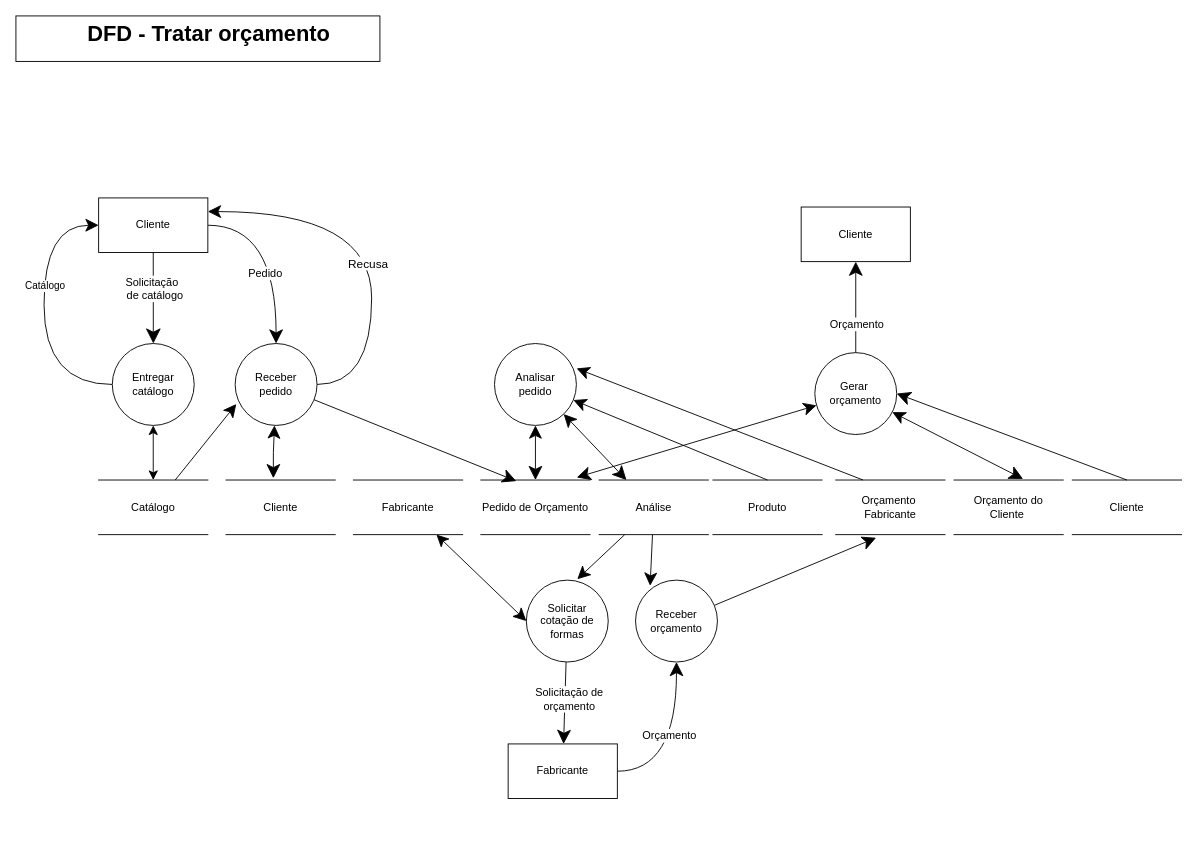
Earlier version of the draw.io diagram Documentation/DFD Essencial para cada Capacidade/DFD Tratar Orcamento.drawio (Systematicos/FindingApp). Source tidied: cells renumbered, new cells numbered last; positions are measured from the earlier drawing's top-left corner, leaving out a move shared by most shapes. Both pictures are drawn from the tidied source at 91%, with x=0, y=0 at pixel (15, 15).
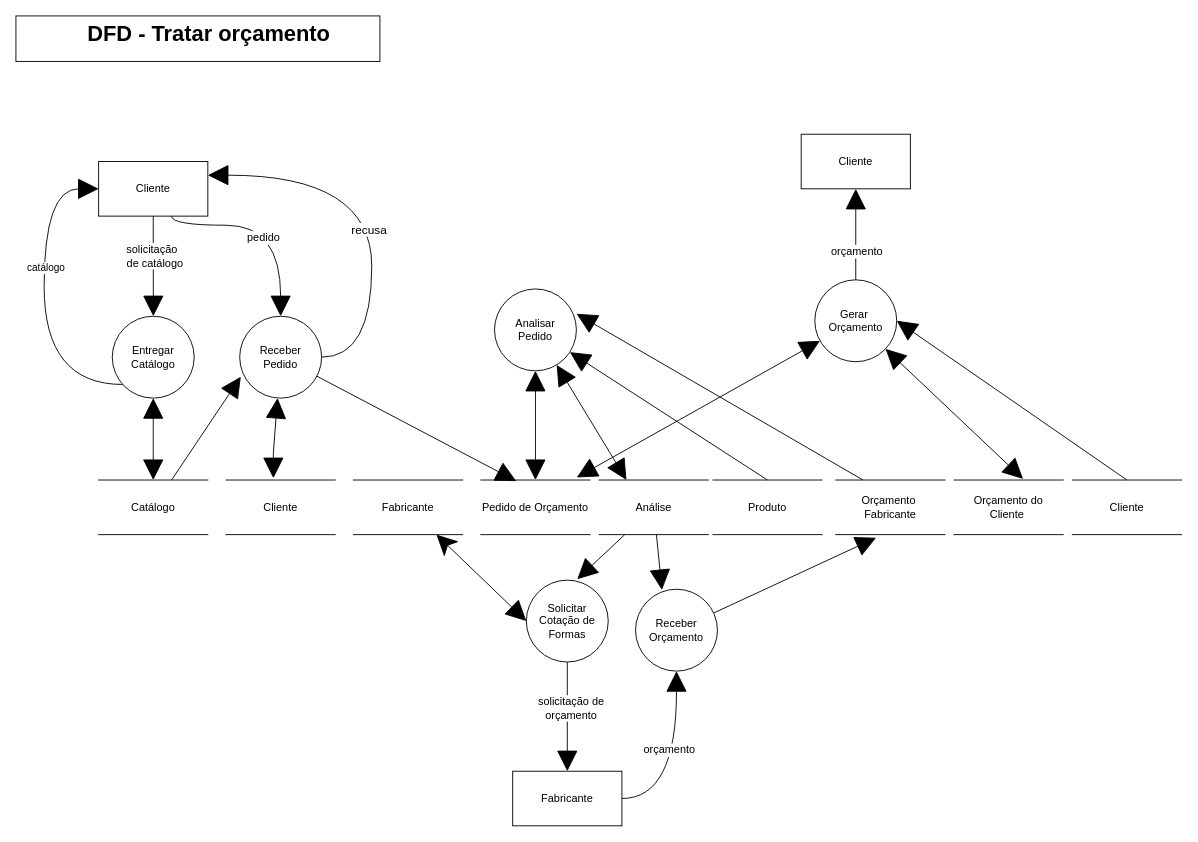
The same page after the edit.

Unchanged cells that the change refers to:
```xml
<mxCell id="10" value="Catálogo" style="shape=partialRectangle;whiteSpace=wrap;html=1;left=0;right=0;fillColor=none;" parent="1" vertex="1">
  <mxGeometry x="90.9" y="510" width="120" height="60" as="geometry" />
</mxCell>
<mxCell id="17" value="Pedido de Orçamento" style="shape=partialRectangle;whiteSpace=wrap;html=1;left=0;right=0;fillColor=none;" parent="1" vertex="1">
  <mxGeometry x="510.9" y="510" width="120" height="60" as="geometry" />
</mxCell>
<mxCell id="18" value="Produto" style="shape=partialRectangle;whiteSpace=wrap;html=1;left=0;right=0;fillColor=none;" parent="1" vertex="1">
  <mxGeometry x="765.9" y="510" width="120" height="60" as="geometry" />
</mxCell>
<mxCell id="36" value="Análise" style="shape=partialRectangle;whiteSpace=wrap;html=1;left=0;right=0;fillColor=none;" parent="1" vertex="1">
  <mxGeometry x="640.9" y="510" width="120" height="60" as="geometry" />
</mxCell>
<mxCell id="42" value="Orçamento&amp;nbsp;&lt;br&gt;Fabricante" style="shape=partialRectangle;whiteSpace=wrap;html=1;left=0;right=0;fillColor=none;" parent="1" vertex="1">
  <mxGeometry x="900.9" y="510" width="120" height="60" as="geometry" />
</mxCell>
<mxCell id="43" value="Orçamento do Cliente&amp;nbsp;" style="shape=partialRectangle;whiteSpace=wrap;html=1;left=0;right=0;fillColor=none;" parent="1" vertex="1">
  <mxGeometry x="1030.9" y="510" width="120" height="60" as="geometry" />
</mxCell>
<mxCell id="47" value="Cliente" style="shape=partialRectangle;whiteSpace=wrap;html=1;left=0;right=0;fillColor=none;" parent="1" vertex="1">
  <mxGeometry x="1160.9" y="510" width="120" height="60" as="geometry" />
</mxCell>
<mxCell id="49" value="Fabricante" style="shape=partialRectangle;whiteSpace=wrap;html=1;left=0;right=0;fillColor=none;" parent="1" vertex="1">
  <mxGeometry x="370.9" y="510" width="120" height="60" as="geometry" />
</mxCell>
```

The edit, as a diff of the source:
```diff
@@
-    <mxCell id="2" style="edgeStyle=orthogonalEdgeStyle;rounded=0;jettySize=auto;html=1;entryX=0.5;entryY=0;entryDx=0;entryDy=0;startArrow=none;startFill=0;endArrow=classic;endFill=1;strokeWidth=1;fontSize=14;curved=1;endSize=13;" parent="1" edge="1" source="4" target="15">
+    <mxCell id="2" style="edgeStyle=orthogonalEdgeStyle;rounded=0;jettySize=auto;html=1;entryX=0.5;entryY=0;entryDx=0;entryDy=0;startArrow=none;startFill=0;endArrow=block;endFill=1;strokeWidth=1;fontSize=14;curved=1;endSize=20;" parent="1" edge="1" source="4" target="15">
       <mxGeometry relative="1" as="geometry">
         <Array as="points">
-          <mxPoint x="285.9" y="230" />
+          <mxPoint x="171" y="230" />
+          <mxPoint x="291" y="230" />
         </Array>
       </mxGeometry>
     </mxCell>
-    <mxCell id="3" value="Pedido" style="edgeLabel;html=1;align=center;verticalAlign=middle;fontSize=12;" parent="2" vertex="1">
-      <mxGeometry x="0.24" y="-12" relative="1" as="geometry" />
+    <mxCell id="3" value="pedido" style="edgeLabel;html=1;align=center;verticalAlign=middle;fontSize=12;" parent="2" vertex="1">
+      <mxGeometry x="0.24" y="-12" relative="1" as="geometry">
+        <mxPoint x="-7.9" as="offset" />
+      </mxGeometry>
     </mxCell>
     <mxCell id="4" value="Cliente" style="rounded=0;whiteSpace=wrap;html=1;" parent="1" vertex="1">
-      <mxGeometry x="90.9" y="200" width="120" height="60" as="geometry" />
+      <mxGeometry x="90.9" y="160" width="120" height="60" as="geometry" />
     </mxCell>
-    <mxCell id="5" style="edgeStyle=orthogonalEdgeStyle;rounded=0;jettySize=auto;html=1;entryX=0.5;entryY=0;entryDx=0;entryDy=0;startArrow=classic;startFill=1;fontSize=18;strokeWidth=1;endSize=8;startSize=8;" parent="1" edge="1" source="8" target="10">
+    <mxCell id="5" style="edgeStyle=orthogonalEdgeStyle;rounded=0;jettySize=auto;html=1;entryX=0.5;entryY=0;entryDx=0;entryDy=0;startArrow=block;startFill=1;fontSize=18;strokeWidth=1;endSize=20;startSize=20;endArrow=block;endFill=1;" parent="1" edge="1" source="8" target="10">
       <mxGeometry relative="1" as="geometry" />
     </mxCell>
-    <mxCell id="6" style="edgeStyle=orthogonalEdgeStyle;rounded=0;jettySize=auto;html=1;entryX=0;entryY=0.5;entryDx=0;entryDy=0;startArrow=none;startFill=0;startSize=11;endSize=12;strokeWidth=1;curved=1;" parent="1" edge="1" source="8" target="4">
+    <mxCell id="6" style="edgeStyle=orthogonalEdgeStyle;rounded=0;jettySize=auto;html=1;entryX=0;entryY=0.5;entryDx=0;entryDy=0;startArrow=none;startFill=0;startSize=11;endSize=20;strokeWidth=1;curved=1;endArrow=block;endFill=1;" parent="1" edge="1" source="8" target="4">
       <mxGeometry relative="1" as="geometry">
         <Array as="points">
-          <mxPoint x="30.9" y="405" />
-          <mxPoint x="30.9" y="230" />
+          <mxPoint x="31" y="405" />
+          <mxPoint x="31" y="190" />
         </Array>
       </mxGeometry>
     </mxCell>
-    <mxCell id="7" value="Catálogo" style="edgeLabel;html=1;align=center;verticalAlign=middle;" parent="6" vertex="1">
+    <mxCell id="7" value="catálogo" style="edgeLabel;html=1;align=center;verticalAlign=middle;" parent="6" vertex="1">
       <mxGeometry x="0.19" y="-1" relative="1" as="geometry" />
     </mxCell>
-    <mxCell id="8" value="Entregar catálogo" style="ellipse;whiteSpace=wrap;html=1;" parent="1" vertex="1">
-      <mxGeometry x="105.9" y="360" width="90" height="90" as="geometry" />
+    <mxCell id="8" value="Entregar Catálogo" style="ellipse;whiteSpace=wrap;html=1;" parent="1" vertex="1">
+      <mxGeometry x="105.9" y="330" width="90" height="90" as="geometry" />
     </mxCell>
-    <mxCell id="9" style="edgeStyle=none;rounded=0;jettySize=auto;html=1;entryX=0.014;entryY=0.739;entryDx=0;entryDy=0;entryPerimeter=0;startArrow=none;startFill=0;startSize=11;endSize=12;strokeWidth=1;" parent="1" edge="1" source="10" target="15">
+    <mxCell id="9" style="edgeStyle=none;rounded=0;jettySize=auto;html=1;entryX=0.014;entryY=0.739;entryDx=0;entryDy=0;entryPerimeter=0;startArrow=none;startFill=0;startSize=11;endSize=20;strokeWidth=1;endArrow=block;endFill=1;" parent="1" edge="1" source="10" target="15">
       <mxGeometry relative="1" as="geometry" />
     </mxCell>
@@
-    <mxCell id="11" style="rounded=0;jettySize=auto;html=1;startArrow=classic;startFill=1;endArrow=classic;endFill=1;endSize=13;strokeWidth=1;fontSize=12;startSize=12;" parent="1" edge="1" source="15">
+    <mxCell id="11" style="rounded=0;jettySize=auto;html=1;startArrow=block;startFill=1;endArrow=block;endFill=1;endSize=20;strokeWidth=1;fontSize=12;startSize=20;" parent="1" edge="1" source="15">
       <mxGeometry relative="1" as="geometry">
         <mxPoint x="282.9" y="508" as="targetPoint" />
         <Array as="points">
           <mxPoint x="282.9" y="480" />
         </Array>
       </mxGeometry>
     </mxCell>
-    <mxCell id="12" style="edgeStyle=none;rounded=0;jettySize=auto;html=1;entryX=0.325;entryY=0.02;entryDx=0;entryDy=0;entryPerimeter=0;startArrow=none;startFill=0;startSize=12;endArrow=classic;endFill=1;endSize=13;strokeWidth=1;fontSize=12;" parent="1" edge="1" source="15" target="17">
+    <mxCell id="12" style="edgeStyle=none;rounded=0;jettySize=auto;html=1;entryX=0.325;entryY=0.02;entryDx=0;entryDy=0;entryPerimeter=0;startArrow=none;startFill=0;startSize=12;endArrow=block;endFill=1;endSize=20;strokeWidth=1;fontSize=12;" parent="1" edge="1" source="15" target="17">
       <mxGeometry relative="1" as="geometry" />
     </mxCell>
-    <mxCell id="13" style="edgeStyle=orthogonalEdgeStyle;curved=1;rounded=0;jettySize=auto;html=1;entryX=1;entryY=0.25;entryDx=0;entryDy=0;startArrow=none;startFill=0;startSize=11;endSize=12;strokeWidth=1;" parent="1" edge="1" source="15" target="4">
+    <mxCell id="13" style="edgeStyle=orthogonalEdgeStyle;curved=1;rounded=0;jettySize=auto;html=1;entryX=1;entryY=0.25;entryDx=0;entryDy=0;startArrow=none;startFill=0;startSize=11;endSize=20;strokeWidth=1;endArrow=block;endFill=1;exitX=1;exitY=0.5;exitDx=0;exitDy=0;" parent="1" edge="1" source="15" target="4">
       <mxGeometry relative="1" as="geometry">
         <Array as="points">
-          <mxPoint x="390.9" y="405" />
-          <mxPoint x="390.9" y="215" />
+          <mxPoint x="391" y="375" />
+          <mxPoint x="391" y="175" />
         </Array>
       </mxGeometry>
     </mxCell>
-    <mxCell id="14" value="Recusa" style="edgeLabel;html=1;align=center;verticalAlign=middle;fontSize=13;" parent="13" vertex="1">
+    <mxCell id="14" value="recusa" style="edgeLabel;html=1;align=center;verticalAlign=middle;fontSize=13;" parent="13" vertex="1">
       <mxGeometry x="-0.1" y="4" relative="1" as="geometry" />
     </mxCell>
-    <mxCell id="15" value="Receber&lt;br&gt;pedido" style="ellipse;whiteSpace=wrap;html=1;" parent="1" vertex="1">
-      <mxGeometry x="240.9" y="360" width="90" height="90" as="geometry" />
+    <mxCell id="15" value="Receber&lt;br&gt;Pedido" style="ellipse;whiteSpace=wrap;html=1;" parent="1" vertex="1">
+      <mxGeometry x="245.9" y="330" width="90" height="90" as="geometry" />
     </mxCell>
@@
-    <mxCell id="21" value="&lt;font style=&quot;font-size: 12px&quot;&gt;Solicitação&amp;nbsp;&lt;br&gt;&amp;nbsp;de catálogo&lt;/font&gt;" style="edgeStyle=elbowEdgeStyle;rounded=0;jettySize=auto;html=1;endArrow=classic;endFill=1;strokeWidth=1;endSize=14;startSize=14;startArrow=none;startFill=0;exitX=0.5;exitY=1;exitDx=0;exitDy=0;" parent="1" edge="1" source="4">
+    <mxCell id="21" value="&lt;font style=&quot;font-size: 12px&quot;&gt;solicitação&amp;nbsp;&lt;br&gt;&amp;nbsp;de catálogo&lt;/font&gt;" style="edgeStyle=elbowEdgeStyle;rounded=0;jettySize=auto;html=1;endArrow=block;endFill=1;strokeWidth=1;endSize=20;startSize=14;startArrow=none;startFill=0;exitX=0.5;exitY=1;exitDx=0;exitDy=0;" parent="1" edge="1" source="4">
       <mxGeometry x="-0.2" relative="1" as="geometry">
-        <mxPoint x="150.9" y="360" as="targetPoint" />
+        <mxPoint x="151" y="330" as="targetPoint" />
       </mxGeometry>
     </mxCell>
-    <mxCell id="22" style="edgeStyle=none;rounded=0;jettySize=auto;html=1;startArrow=classic;startFill=1;startSize=12;endArrow=classic;endFill=1;endSize=13;strokeWidth=1;fontSize=12;" parent="1" edge="1" source="25" target="17">
+    <mxCell id="22" style="edgeStyle=none;rounded=0;jettySize=auto;html=1;startArrow=block;startFill=1;startSize=20;endArrow=block;endFill=1;endSize=20;strokeWidth=1;fontSize=12;" parent="1" edge="1" source="25" target="17">
       <mxGeometry relative="1" as="geometry" />
     </mxCell>
-    <mxCell id="23" style="edgeStyle=none;rounded=0;jettySize=auto;html=1;entryX=0.5;entryY=0;entryDx=0;entryDy=0;startArrow=classic;startFill=1;startSize=12;endArrow=none;endFill=0;endSize=13;strokeWidth=1;fontSize=12;" parent="1" edge="1" source="25" target="18">
+    <mxCell id="23" style="edgeStyle=none;rounded=0;jettySize=auto;html=1;entryX=0.5;entryY=0;entryDx=0;entryDy=0;startArrow=block;startFill=1;startSize=20;endArrow=none;endFill=0;endSize=20;strokeWidth=1;fontSize=12;" parent="1" edge="1" source="25" target="18">
       <mxGeometry relative="1" as="geometry" />
     </mxCell>
-    <mxCell id="24" style="edgeStyle=none;rounded=0;jettySize=auto;html=1;entryX=0.25;entryY=0;entryDx=0;entryDy=0;startArrow=classic;startFill=1;startSize=12;endArrow=classic;endFill=1;endSize=13;strokeWidth=1;fontSize=12;" parent="1" edge="1" source="25" target="36">
+    <mxCell id="24" style="edgeStyle=none;rounded=0;jettySize=auto;html=1;entryX=0.25;entryY=0;entryDx=0;entryDy=0;startArrow=block;startFill=1;startSize=20;endArrow=block;endFill=1;endSize=20;strokeWidth=1;fontSize=12;" parent="1" edge="1" source="25" target="36">
       <mxGeometry relative="1" as="geometry" />
     </mxCell>
-    <mxCell id="25" value="Analisar&lt;br&gt;pedido" style="ellipse;whiteSpace=wrap;html=1;" parent="1" vertex="1">
-      <mxGeometry x="525.9" y="360" width="90" height="90" as="geometry" />
+    <mxCell id="25" value="Analisar&lt;br&gt;Pedido" style="ellipse;whiteSpace=wrap;html=1;" parent="1" vertex="1">
+      <mxGeometry x="525.9" y="300" width="90" height="90" as="geometry" />
     </mxCell>
-    <mxCell id="26" style="edgeStyle=orthogonalEdgeStyle;rounded=0;jettySize=auto;html=1;entryX=0.5;entryY=1;entryDx=0;entryDy=0;startArrow=none;startFill=0;startSize=12;endArrow=classic;endFill=1;endSize=13;strokeWidth=1;fontSize=12;curved=1;" parent="1" edge="1" source="28" target="33">
+    <mxCell id="26" style="edgeStyle=orthogonalEdgeStyle;rounded=0;jettySize=auto;html=1;entryX=0.5;entryY=1;entryDx=0;entryDy=0;startArrow=none;startFill=0;startSize=12;endArrow=block;endFill=1;endSize=20;strokeWidth=1;fontSize=12;curved=1;" parent="1" edge="1" source="28" target="33">
       <mxGeometry relative="1" as="geometry" />
     </mxCell>
-    <mxCell id="27" value="Orçamento" style="edgeLabel;html=1;align=center;verticalAlign=middle;fontSize=12;" parent="26" vertex="1">
+    <mxCell id="27" value="orçamento" style="edgeLabel;html=1;align=center;verticalAlign=middle;fontSize=12;" parent="26" vertex="1">
       <mxGeometry x="0.14" y="8" relative="1" as="geometry" />
     </mxCell>
     <mxCell id="28" value="Fabricante" style="rounded=0;whiteSpace=wrap;html=1;" parent="1" vertex="1">
-      <mxGeometry x="540.9" y="800" width="120" height="60" as="geometry" />
+      <mxGeometry x="545.9" y="830" width="120" height="60" as="geometry" />
     </mxCell>
-    <mxCell id="29" style="edgeStyle=none;rounded=0;jettySize=auto;html=1;startArrow=none;startFill=0;startSize=12;endArrow=classic;endFill=1;endSize=13;strokeWidth=1;fontSize=12;" parent="1" edge="1" source="31" target="28">
+    <mxCell id="29" style="edgeStyle=none;rounded=0;jettySize=auto;html=1;startArrow=none;startFill=0;startSize=12;endArrow=block;endFill=1;endSize=20;strokeWidth=1;fontSize=12;" parent="1" edge="1" source="31" target="28">
       <mxGeometry relative="1" as="geometry" />
     </mxCell>
-    <mxCell id="30" value="Solicitação de &lt;br&gt;orçamento" style="edgeLabel;html=1;align=center;verticalAlign=middle;fontSize=12;" parent="29" vertex="1">
+    <mxCell id="30" value="solicitação de &lt;br&gt;orçamento" style="edgeLabel;html=1;align=center;verticalAlign=middle;fontSize=12;" parent="29" vertex="1">
       <mxGeometry x="-0.39" y="4" relative="1" as="geometry">
         <mxPoint y="13" as="offset" />
       </mxGeometry>
     </mxCell>
-    <mxCell id="31" value="Solicitar cotação de formas" style="ellipse;whiteSpace=wrap;html=1;" parent="1" vertex="1">
+    <mxCell id="31" value="Solicitar Cotação de Formas" style="ellipse;whiteSpace=wrap;html=1;" parent="1" vertex="1">
       <mxGeometry x="560.9" y="620" width="90" height="90" as="geometry" />
     </mxCell>
-    <mxCell id="32" style="rounded=0;jettySize=auto;html=1;entryX=0.37;entryY=1.057;entryDx=0;entryDy=0;startArrow=none;startFill=0;startSize=12;endArrow=classic;endFill=1;endSize=13;strokeWidth=1;fontSize=12;entryPerimeter=0;" parent="1" edge="1" source="33" target="42">
+    <mxCell id="32" style="rounded=0;jettySize=auto;html=1;entryX=0.37;entryY=1.057;entryDx=0;entryDy=0;startArrow=none;startFill=0;startSize=12;endArrow=block;endFill=1;endSize=20;strokeWidth=1;fontSize=12;entryPerimeter=0;" parent="1" edge="1" source="33" target="42">
       <mxGeometry relative="1" as="geometry" />
     </mxCell>
-    <mxCell id="33" value="Receber orçamento" style="ellipse;whiteSpace=wrap;html=1;" parent="1" vertex="1">
-      <mxGeometry x="680.9" y="620" width="90" height="90" as="geometry" />
+    <mxCell id="33" value="Receber Orçamento" style="ellipse;whiteSpace=wrap;html=1;" parent="1" vertex="1">
+      <mxGeometry x="680.9" y="630" width="90" height="90" as="geometry" />
     </mxCell>
-    <mxCell id="34" style="edgeStyle=none;rounded=0;jettySize=auto;html=1;entryX=0.622;entryY=-0.011;entryDx=0;entryDy=0;entryPerimeter=0;startArrow=none;startFill=0;endSize=12;strokeWidth=1;" parent="1" edge="1" source="36" target="31">
+    <mxCell id="34" style="edgeStyle=none;rounded=0;jettySize=auto;html=1;entryX=0.622;entryY=-0.011;entryDx=0;entryDy=0;entryPerimeter=0;startArrow=none;startFill=0;endSize=20;strokeWidth=1;endArrow=block;endFill=1;" parent="1" edge="1" source="36" target="31">
       <mxGeometry relative="1" as="geometry" />
     </mxCell>
-    <mxCell id="35" style="edgeStyle=none;rounded=0;jettySize=auto;html=1;entryX=0.178;entryY=0.069;entryDx=0;entryDy=0;entryPerimeter=0;startArrow=none;startFill=0;endSize=12;strokeWidth=1;" parent="1" edge="1" source="36" target="33">
+    <mxCell id="35" style="edgeStyle=none;rounded=0;jettySize=auto;html=1;entryX=0.322;entryY=0.01;entryDx=0;entryDy=0;entryPerimeter=0;startArrow=none;startFill=0;endSize=20;strokeWidth=1;endArrow=block;endFill=1;" parent="1" edge="1" source="36" target="33">
       <mxGeometry relative="1" as="geometry" />
     </mxCell>
@@
-    <mxCell id="37" style="edgeStyle=none;rounded=0;jettySize=auto;html=1;entryX=0.878;entryY=-0.047;entryDx=0;entryDy=0;entryPerimeter=0;startArrow=classic;startFill=1;startSize=12;endArrow=classic;endFill=1;endSize=13;strokeWidth=1;fontSize=12;" parent="1" edge="1" source="40" target="17">
+    <mxCell id="37" style="edgeStyle=none;rounded=0;jettySize=auto;html=1;entryX=0.878;entryY=-0.047;entryDx=0;entryDy=0;entryPerimeter=0;startArrow=block;startFill=1;startSize=20;endArrow=block;endFill=1;endSize=20;strokeWidth=1;fontSize=12;" parent="1" edge="1" source="40" target="17">
       <mxGeometry relative="1" as="geometry" />
     </mxCell>
-    <mxCell id="38" style="edgeStyle=none;rounded=0;jettySize=auto;html=1;entryX=0.632;entryY=-0.02;entryDx=0;entryDy=0;entryPerimeter=0;startArrow=classic;startFill=1;startSize=12;endArrow=classic;endFill=1;endSize=13;strokeWidth=1;fontSize=12;" parent="1" edge="1" source="40" target="43">
+    <mxCell id="38" style="edgeStyle=none;rounded=0;jettySize=auto;html=1;entryX=0.632;entryY=-0.02;entryDx=0;entryDy=0;entryPerimeter=0;startArrow=block;startFill=1;startSize=20;endArrow=block;endFill=1;endSize=20;strokeWidth=1;fontSize=12;" parent="1" edge="1" source="40" target="43">
       <mxGeometry relative="1" as="geometry" />
     </mxCell>
-    <mxCell id="39" style="edgeStyle=none;rounded=0;jettySize=auto;html=1;entryX=0.5;entryY=0;entryDx=0;entryDy=0;startArrow=classic;startFill=1;startSize=13;endArrow=none;endFill=0;endSize=9;strokeWidth=1;fontSize=12;exitX=1;exitY=0.5;exitDx=0;exitDy=0;" parent="1" edge="1" source="40" target="47">
+    <mxCell id="39" style="edgeStyle=none;rounded=0;jettySize=auto;html=1;entryX=0.5;entryY=0;entryDx=0;entryDy=0;startArrow=block;startFill=1;startSize=20;endArrow=none;endFill=0;endSize=20;strokeWidth=1;fontSize=12;exitX=1;exitY=0.5;exitDx=0;exitDy=0;" parent="1" edge="1" source="40" target="47">
       <mxGeometry relative="1" as="geometry" />
     </mxCell>
-    <mxCell id="40" value="Gerar&amp;nbsp;&lt;br&gt;orçamento" style="ellipse;whiteSpace=wrap;html=1;" parent="1" vertex="1">
-      <mxGeometry x="877.9" y="370" width="90" height="90" as="geometry" />
+    <mxCell id="40" value="Gerar&amp;nbsp;&lt;br&gt;Orçamento" style="ellipse;whiteSpace=wrap;html=1;" parent="1" vertex="1">
+      <mxGeometry x="877.9" y="290" width="90" height="90" as="geometry" />
     </mxCell>
-    <mxCell id="41" style="rounded=0;jettySize=auto;html=1;entryX=1.002;entryY=0.304;entryDx=0;entryDy=0;entryPerimeter=0;startArrow=none;startFill=0;exitX=0.25;exitY=0;exitDx=0;exitDy=0;strokeWidth=1;endSize=12;" parent="1" edge="1" source="42" target="25">
+    <mxCell id="41" style="rounded=0;jettySize=auto;html=1;entryX=1.002;entryY=0.304;entryDx=0;entryDy=0;entryPerimeter=0;startArrow=none;startFill=0;exitX=0.25;exitY=0;exitDx=0;exitDy=0;strokeWidth=1;endSize=20;endArrow=block;endFill=1;" parent="1" edge="1" source="42" target="25">
       <mxGeometry relative="1" as="geometry" />
     </mxCell>
@@
-    <mxCell id="44" style="edgeStyle=none;rounded=0;jettySize=auto;html=1;startArrow=classic;startFill=1;endArrow=none;endFill=0;strokeWidth=1;fontSize=12;endSize=9;startSize=13;" parent="1" edge="1" source="46" target="40">
+    <mxCell id="44" style="edgeStyle=none;rounded=0;jettySize=auto;html=1;startArrow=block;startFill=1;endArrow=none;endFill=0;strokeWidth=1;fontSize=12;endSize=20;startSize=20;" parent="1" edge="1" source="46" target="40">
       <mxGeometry relative="1" as="geometry" />
     </mxCell>
-    <mxCell id="45" value="Orçamento" style="edgeLabel;html=1;align=center;verticalAlign=middle;fontSize=12;" parent="44" vertex="1">
+    <mxCell id="45" value="orçamento" style="edgeLabel;html=1;align=center;verticalAlign=middle;fontSize=12;" parent="44" vertex="1">
       <mxGeometry x="0.35" y="1" relative="1" as="geometry" />
     </mxCell>
     <mxCell id="46" value="Cliente" style="rounded=0;whiteSpace=wrap;html=1;" parent="1" vertex="1">
-      <mxGeometry x="862.9" y="210" width="120" height="60" as="geometry" />
+      <mxGeometry x="862.9" y="130" width="120" height="60" as="geometry" />
     </mxCell>
@@
-    <mxCell id="48" style="edgeStyle=none;rounded=0;jettySize=auto;html=1;entryX=0;entryY=0.5;entryDx=0;entryDy=0;startArrow=classic;startFill=1;endSize=12;strokeWidth=1;startSize=11;" parent="1" edge="1" source="49" target="31">
+    <mxCell id="48" style="edgeStyle=none;rounded=0;jettySize=auto;html=1;entryX=0;entryY=0.5;entryDx=0;entryDy=0;startArrow=classic;startFill=1;endSize=20;strokeWidth=1;startSize=20;endArrow=block;endFill=1;" parent="1" edge="1" source="49" target="31">
       <mxGeometry relative="1" as="geometry" />
     </mxCell>
```
